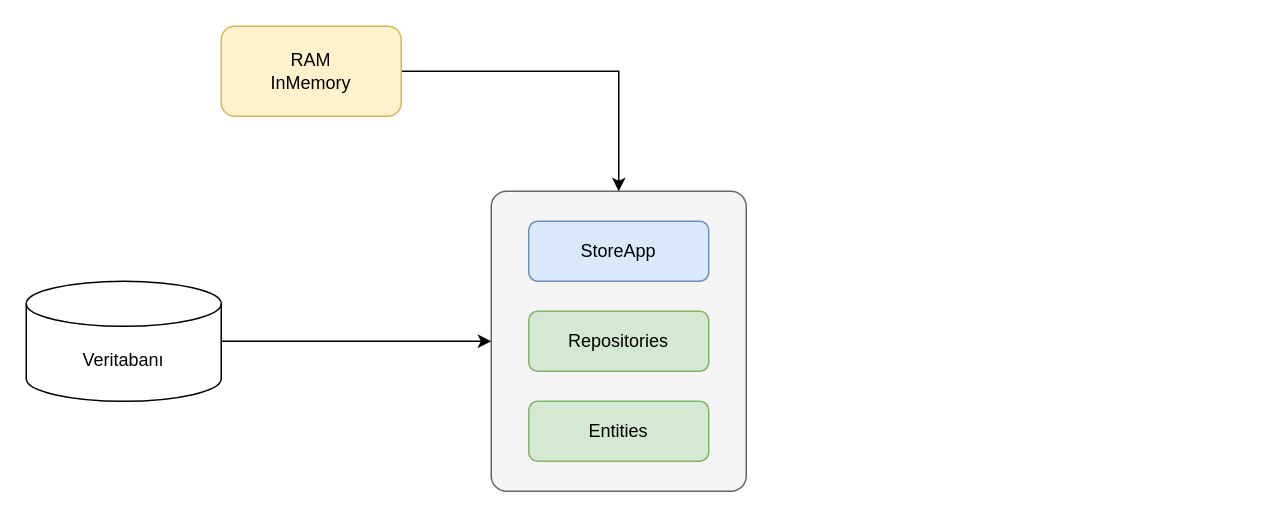
zcomert/sgk-mvc-egitim keeps this draw.io diagram as page "Sayfa -2" (2 of 3) of drawings.drawio. Above is the earlier version. Source tidied: cells renumbered, new cells numbered last; positions are measured from the earlier drawing's top-left corner, leaving out a move shared by most shapes. Both pictures are drawn from the tidied source at 150%, with x=0, y=0 at pixel (26, 26).
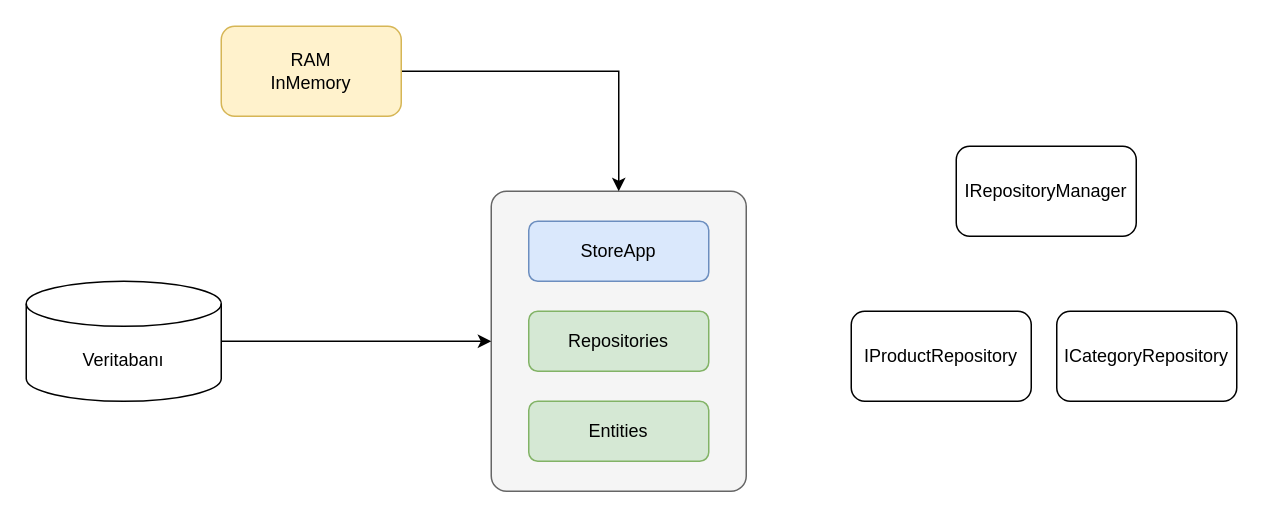
The same page after the edit.

The edit, as a diff of the source:
```diff
@@
 <mxGraphModel>
   <root>
     <mxCell id="0" />
     <mxCell id="1" parent="0" />
     <mxCell id="2" style="rounded=1;whiteSpace=wrap;html=1;arcSize=6;fillColor=#f5f5f5;strokeColor=#666666;fontColor=#333333;" parent="1" vertex="1">
       <mxGeometry x="310" y="110" width="170" height="200" as="geometry" />
     </mxCell>
     <mxCell id="3" style="edgeStyle=orthogonalEdgeStyle;rounded=0;jettySize=auto;html=1;entryX=0;entryY=0.5;entryDx=0;entryDy=0;" parent="1" edge="1" source="4" target="2">
       <mxGeometry relative="1" as="geometry" />
     </mxCell>
     <mxCell id="4" value="Veritabanı" style="shape=cylinder3;whiteSpace=wrap;html=1;boundedLbl=1;backgroundOutline=1;size=15;" parent="1" vertex="1">
       <mxGeometry y="170" width="130" height="80" as="geometry" />
     </mxCell>
     <mxCell id="5" style="edgeStyle=orthogonalEdgeStyle;rounded=0;jettySize=auto;html=1;exitX=1;exitY=0.5;exitDx=0;exitDy=0;" parent="1" edge="1" source="6" target="2">
       <mxGeometry relative="1" as="geometry" />
     </mxCell>
     <mxCell id="6" value="RAM&lt;br&gt;InMemory" style="rounded=1;whiteSpace=wrap;html=1;fillColor=#fff2cc;strokeColor=#d6b656;" parent="1" vertex="1">
       <mxGeometry x="130" width="120" height="60" as="geometry" />
     </mxCell>
     <mxCell id="7" value="Entities" style="rounded=1;whiteSpace=wrap;html=1;fillColor=#d5e8d4;strokeColor=#82b366;" parent="1" vertex="1">
       <mxGeometry x="335" y="250" width="120" height="40" as="geometry" />
     </mxCell>
     <mxCell id="8" value="StoreApp" style="rounded=1;whiteSpace=wrap;html=1;fillColor=#dae8fc;strokeColor=#6c8ebf;" parent="1" vertex="1">
       <mxGeometry x="335" y="130" width="120" height="40" as="geometry" />
     </mxCell>
     <mxCell id="9" value="Repositories" style="rounded=1;whiteSpace=wrap;html=1;fillColor=#d5e8d4;strokeColor=#82b366;" parent="1" vertex="1">
       <mxGeometry x="335" y="190" width="120" height="40" as="geometry" />
     </mxCell>
+    <mxCell id="10" value="IProductRepository" style="rounded=1;whiteSpace=wrap;html=1;" parent="1" vertex="1">
+      <mxGeometry x="550" y="190" width="120" height="60" as="geometry" />
+    </mxCell>
+    <mxCell id="11" value="ICategoryRepository" style="rounded=1;whiteSpace=wrap;html=1;" parent="1" vertex="1">
+      <mxGeometry x="687" y="190" width="120" height="60" as="geometry" />
+    </mxCell>
+    <mxCell id="12" value="IRepositoryManager" style="rounded=1;whiteSpace=wrap;html=1;" parent="1" vertex="1">
+      <mxGeometry x="620" y="80" width="120" height="60" as="geometry" />
+    </mxCell>
   </root>
 </mxGraphModel>
```
